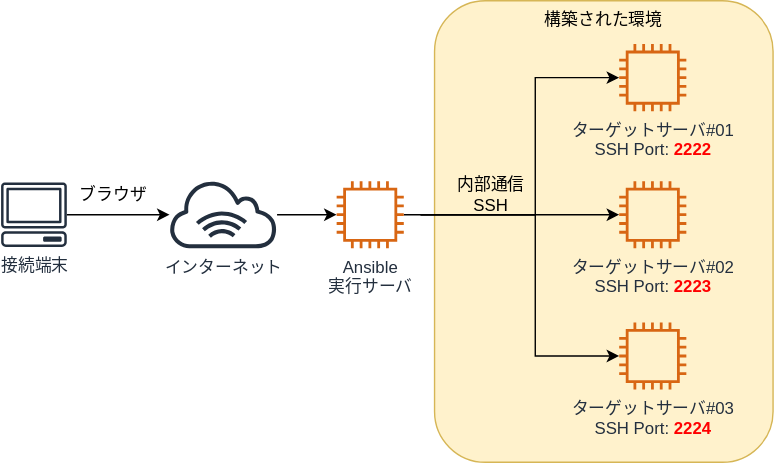
The draw.io diagram lesson/01_introduction/img/arch.drawio.svg in infra-handson/ansible-training, before a commit. Source tidied: cells renumbered, new cells last; positions are measured from the earlier drawing's top-left corner, leaving out a move shared by most shapes. Its diagram source:
```xml
<mxGraphModel>
  <root>
    <mxCell id="0" />
    <mxCell id="1" parent="0" />
    <mxCell id="2" value="構築された環境" style="rounded=1;whiteSpace=wrap;html=1;fillColor=#fff2cc;strokeColor=#d6b656;verticalAlign=top;" parent="1" vertex="1">
      <mxGeometry x="310" width="242" height="330" as="geometry" />
    </mxCell>
    <mxCell id="3" style="edgeStyle=orthogonalEdgeStyle;rounded=0;jettySize=auto;html=1;" parent="1" edge="1" source="4" target="6">
      <mxGeometry relative="1" as="geometry" />
    </mxCell>
    <mxCell id="4" value="接続端末" style="outlineConnect=0;fontColor=#232F3E;gradientColor=none;fillColor=#232F3E;strokeColor=none;dashed=0;verticalLabelPosition=bottom;verticalAlign=top;align=center;html=1;fontSize=12;fontStyle=0;shape=mxgraph.aws4.client;" parent="1" vertex="1">
      <mxGeometry y="130" width="47.2" height="46" as="geometry" />
    </mxCell>
    <mxCell id="5" style="edgeStyle=orthogonalEdgeStyle;rounded=0;jettySize=auto;html=1;" parent="1" edge="1" source="6" target="10">
      <mxGeometry relative="1" as="geometry" />
    </mxCell>
    <mxCell id="6" value="インターネット" style="outlineConnect=0;fontColor=#232F3E;gradientColor=none;fillColor=#232F3E;strokeColor=none;dashed=0;verticalLabelPosition=bottom;verticalAlign=top;align=center;html=1;fontSize=12;fontStyle=0;shape=mxgraph.aws4.internet_alt1;" parent="1" vertex="1">
      <mxGeometry x="120" y="129" width="78" height="48" as="geometry" />
    </mxCell>
    <mxCell id="7" style="edgeStyle=orthogonalEdgeStyle;rounded=0;jettySize=auto;html=1;" parent="1" edge="1" target="12">
      <mxGeometry relative="1" as="geometry">
        <mxPoint x="300" y="153" as="sourcePoint" />
      </mxGeometry>
    </mxCell>
    <mxCell id="8" style="edgeStyle=orthogonalEdgeStyle;rounded=0;jettySize=auto;html=1;" parent="1" edge="1" target="11">
      <mxGeometry relative="1" as="geometry">
        <mxPoint x="300" y="153" as="sourcePoint" />
        <Array as="points">
          <mxPoint x="382" y="153" />
          <mxPoint x="382" y="55" />
        </Array>
      </mxGeometry>
    </mxCell>
    <mxCell id="9" style="edgeStyle=orthogonalEdgeStyle;rounded=0;jettySize=auto;html=1;" parent="1" edge="1" source="10" target="13">
      <mxGeometry relative="1" as="geometry">
        <Array as="points">
          <mxPoint x="382" y="153" />
          <mxPoint x="382" y="254" />
        </Array>
      </mxGeometry>
    </mxCell>
    <mxCell id="10" value="Ansible&lt;br&gt;実行サーバ" style="outlineConnect=0;fontColor=#232F3E;gradientColor=none;fillColor=#D86613;strokeColor=none;dashed=0;verticalLabelPosition=bottom;verticalAlign=top;align=center;html=1;fontSize=12;fontStyle=0;shape=mxgraph.aws4.instance2;" parent="1" vertex="1">
      <mxGeometry x="240" y="129" width="48" height="48" as="geometry" />
    </mxCell>
    <mxCell id="11" value="ターゲットサーバ#01&lt;br&gt;SSH Port: &lt;font color=&quot;#ff0000&quot;&gt;&lt;b&gt;2222&lt;/b&gt;&lt;/font&gt;" style="outlineConnect=0;fontColor=#232F3E;gradientColor=none;fillColor=#D86613;strokeColor=none;dashed=0;verticalLabelPosition=bottom;verticalAlign=top;align=center;html=1;fontSize=12;fontStyle=0;shape=mxgraph.aws4.instance2;" parent="1" vertex="1">
      <mxGeometry x="442" y="31" width="48" height="48" as="geometry" />
    </mxCell>
    <mxCell id="12" value="ターゲットサーバ#02&lt;br&gt;SSH Port: &lt;b&gt;&lt;font color=&quot;#ff0000&quot;&gt;2223&lt;/font&gt;&lt;/b&gt;" style="outlineConnect=0;fontColor=#232F3E;gradientColor=none;fillColor=#D86613;strokeColor=none;dashed=0;verticalLabelPosition=bottom;verticalAlign=top;align=center;html=1;fontSize=12;fontStyle=0;shape=mxgraph.aws4.instance2;" parent="1" vertex="1">
      <mxGeometry x="442" y="129" width="48" height="48" as="geometry" />
    </mxCell>
    <mxCell id="13" value="ターゲットサーバ#03&lt;br&gt;SSH Port: &lt;b&gt;&lt;font color=&quot;#ff0000&quot;&gt;2224&lt;/font&gt;&lt;/b&gt;" style="outlineConnect=0;fontColor=#232F3E;gradientColor=none;fillColor=#D86613;strokeColor=none;dashed=0;verticalLabelPosition=bottom;verticalAlign=top;align=center;html=1;fontSize=12;fontStyle=0;shape=mxgraph.aws4.instance2;" parent="1" vertex="1">
      <mxGeometry x="442" y="230" width="48" height="48" as="geometry" />
    </mxCell>
    <mxCell id="14" value="内部通信&lt;br&gt;SSH" style="text;html=1;align=center;verticalAlign=middle;" parent="1" vertex="1">
      <mxGeometry x="320" y="124" width="60" height="30" as="geometry" />
    </mxCell>
    <mxCell id="15" value="ブラウザ" style="text;html=1;align=center;verticalAlign=middle;" parent="1" vertex="1">
      <mxGeometry x="50" y="129" width="60" height="20" as="geometry" />
    </mxCell>
  </root>
</mxGraphModel>
```
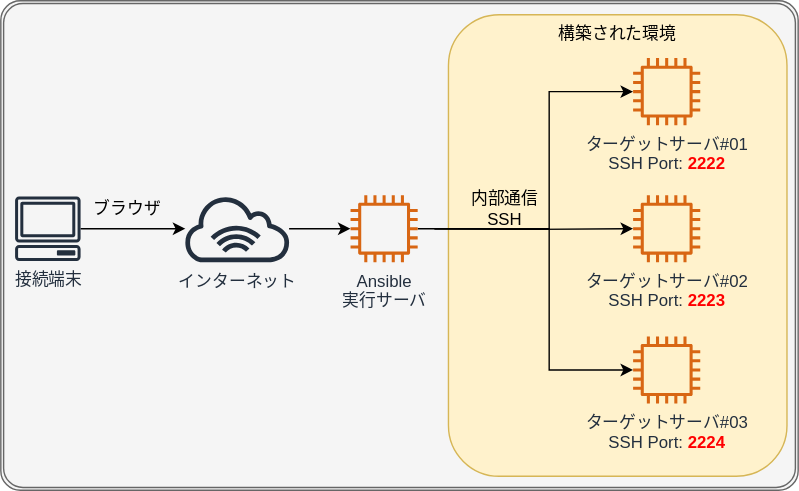
Above is the later version.

What changed in the source:
```diff
@@ -2,6 +2,9 @@
   <root>
     <mxCell id="0" />
     <mxCell id="1" parent="0" />
+    <mxCell id="16" style="shape=ext;double=1;rounded=1;whiteSpace=wrap;html=1;arcSize=4;fillColor=#f5f5f5;fontColor=#333333;strokeColor=#666666;" parent="1" vertex="1">
+      <mxGeometry x="-10" y="-10" width="570" height="350" as="geometry" />
+    </mxCell>
     <mxCell id="2" value="構築された環境" style="rounded=1;whiteSpace=wrap;html=1;fillColor=#fff2cc;strokeColor=#d6b656;verticalAlign=top;" parent="1" vertex="1">
       <mxGeometry x="310" width="242" height="330" as="geometry" />
     </mxCell>
```
